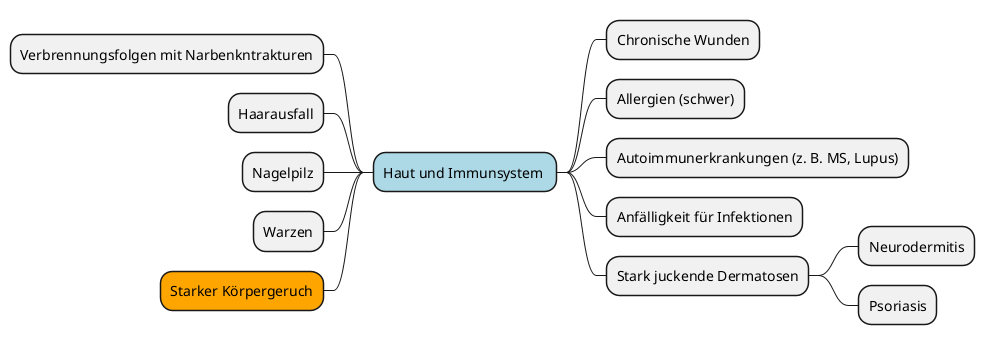
marcgauch/Masterarbeit-Daten keeps this PlantUML diagram as mindmap/generated/physical-subcategories/mindmap-physical-haut-und-immunsystem.png. Above is the earlier version.
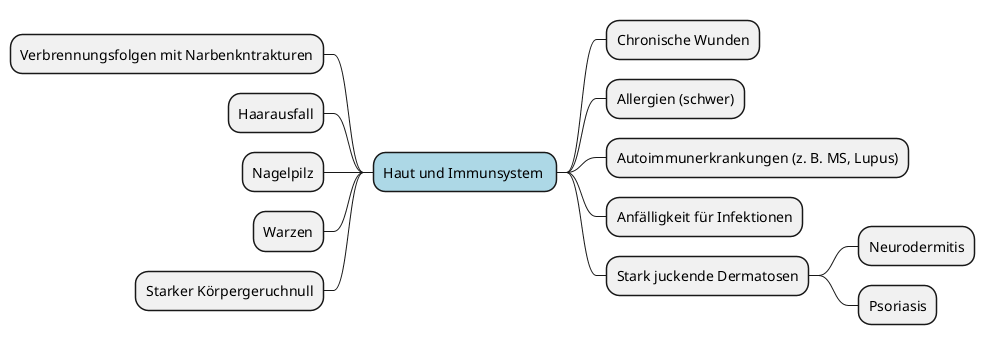
After the change.

Diff of the diagram source:
```diff
@@ -23,5 +23,5 @@
 	* Haarausfall
 	* Nagelpilz
 	* Warzen
-	* Starker Körpergeruch<<orange>>
+	* Starker Körpergeruchnull
 @endmindmap
```
